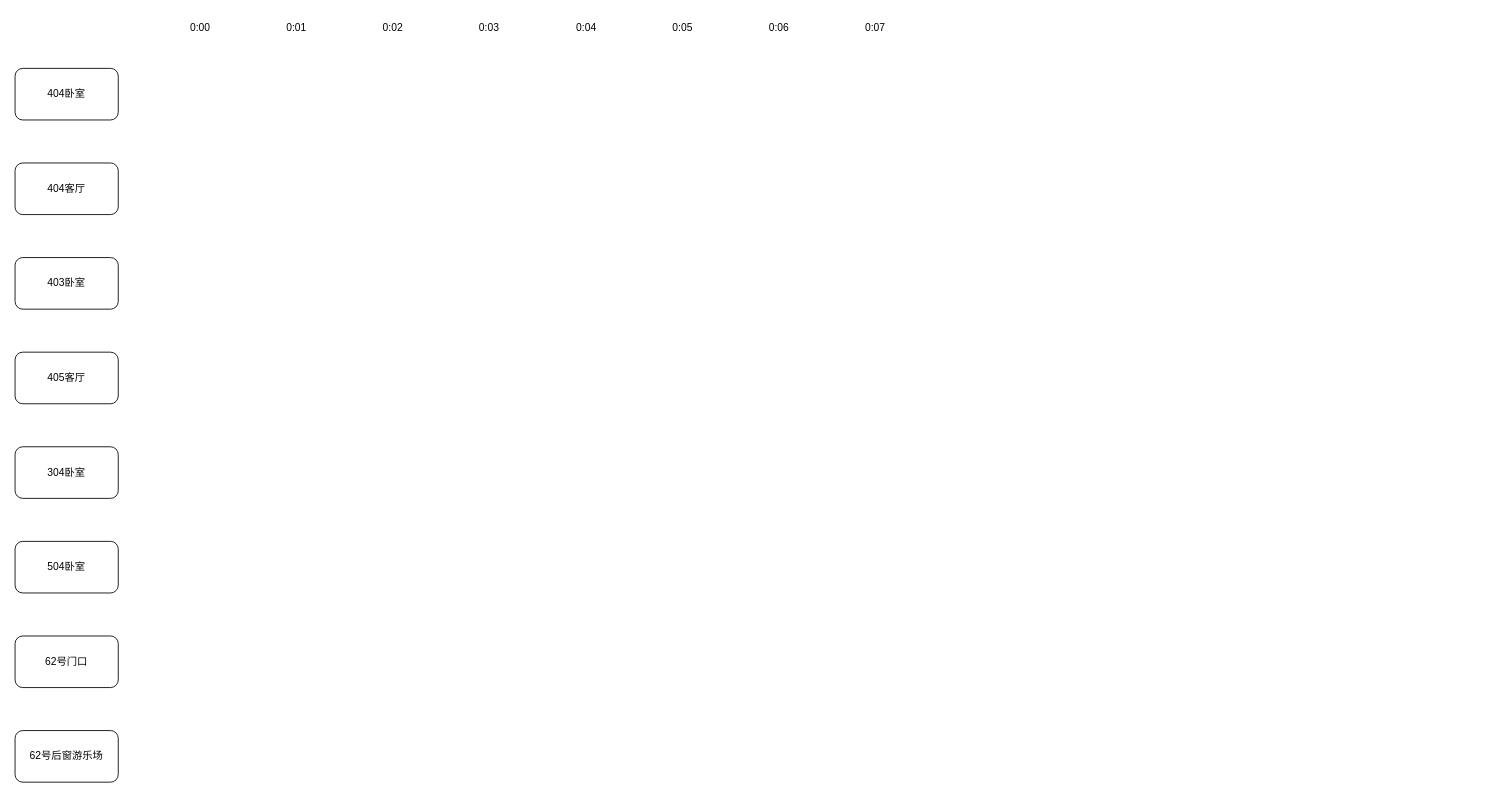
Before: drawio/BabyWorkFlow.drawio in guyuyw/casablancan, a draw.io diagram. Source tidied: cells renumbered, new cells numbered last; positions are measured from the earlier drawing's top-left corner, leaving out a move shared by most shapes. Both pictures are drawn from the tidied source at 86%, with x=0, y=0 at pixel (15, 15).
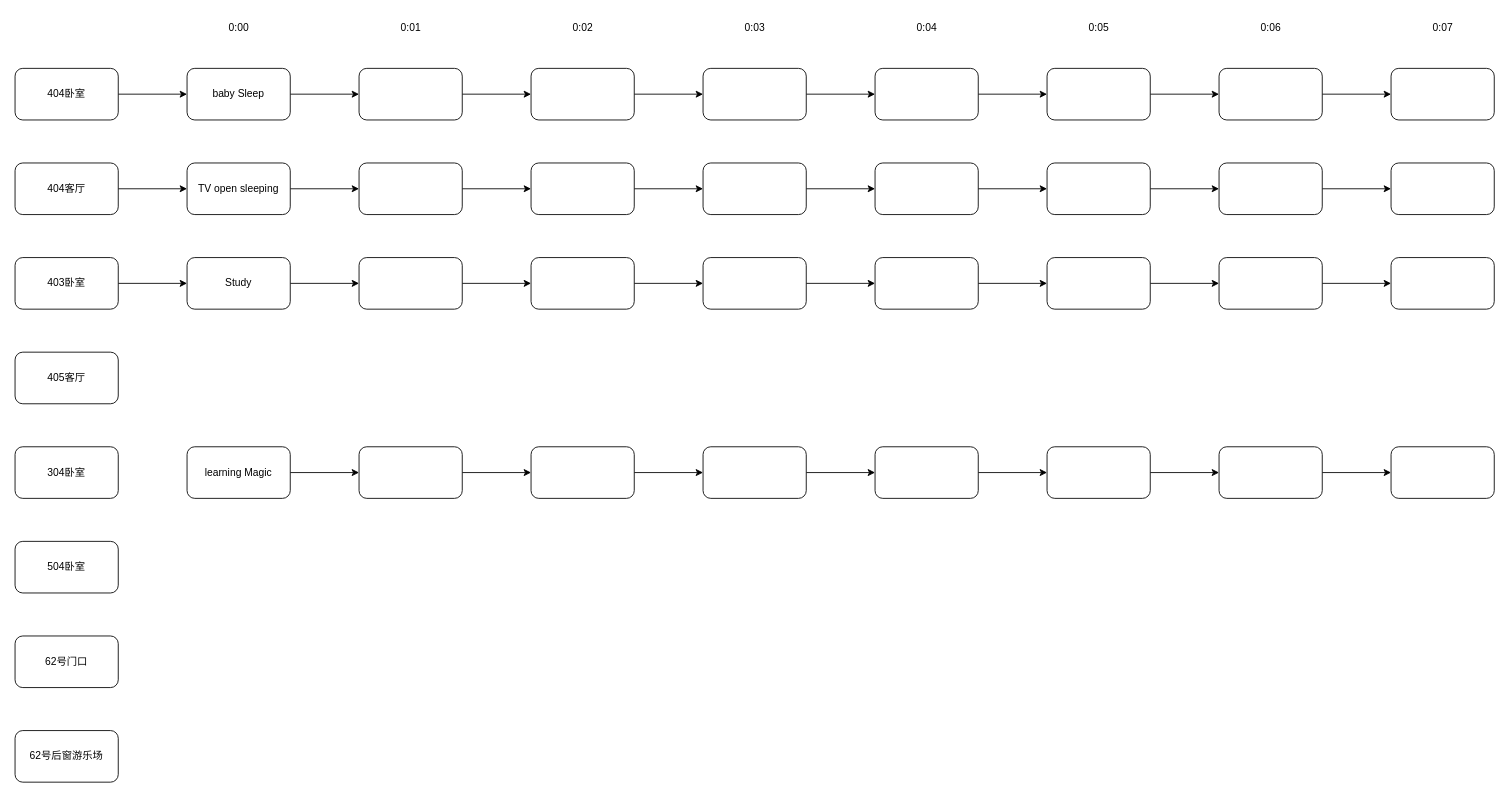
After the change.

The change refers to these unchanged cells:
```xml
<mxCell id="2" value="404卧室" style="rounded=1;whiteSpace=wrap;html=1;" parent="1" vertex="1">
  <mxGeometry y="62" width="120" height="60" as="geometry" />
</mxCell>
<mxCell id="5" value="403卧室" style="rounded=1;whiteSpace=wrap;html=1;" parent="1" vertex="1">
  <mxGeometry y="282" width="120" height="60" as="geometry" />
</mxCell>
<mxCell id="6" value="404客厅" style="rounded=1;whiteSpace=wrap;html=1;" parent="1" vertex="1">
  <mxGeometry y="172" width="120" height="60" as="geometry" />
</mxCell>
```

Diff of the diagram source:
```diff
@@
+    <mxCell id="18" style="edgeStyle=orthogonalEdgeStyle;rounded=0;jettySize=auto;html=1;" parent="1" edge="1" source="2" target="22">
+      <mxGeometry relative="1" as="geometry" />
+    </mxCell>
@@
+    <mxCell id="19" style="edgeStyle=orthogonalEdgeStyle;rounded=0;jettySize=auto;html=1;entryX=0;entryY=0.5;entryDx=0;entryDy=0;" parent="1" edge="1" source="5" target="52">
+      <mxGeometry relative="1" as="geometry" />
+    </mxCell>
@@
+    <mxCell id="20" style="edgeStyle=orthogonalEdgeStyle;rounded=0;jettySize=auto;html=1;entryX=0;entryY=0.5;entryDx=0;entryDy=0;" parent="1" edge="1" source="6" target="37">
+      <mxGeometry relative="1" as="geometry" />
+    </mxCell>
@@
     <mxCell id="10" value="0:00" style="text;html=1;align=center;verticalAlign=middle;strokeColor=none;fillColor=none;" parent="1" vertex="1">
-      <mxGeometry x="190" width="50" height="30" as="geometry" />
+      <mxGeometry x="235" width="50" height="30" as="geometry" />
     </mxCell>
     <mxCell id="11" value="0:01" style="text;html=1;align=center;verticalAlign=middle;strokeColor=none;fillColor=none;" parent="1" vertex="1">
-      <mxGeometry x="302" width="50" height="30" as="geometry" />
+      <mxGeometry x="435" width="50" height="30" as="geometry" />
     </mxCell>
     <mxCell id="12" value="0:02" style="text;html=1;align=center;verticalAlign=middle;strokeColor=none;fillColor=none;" parent="1" vertex="1">
-      <mxGeometry x="414" width="50" height="30" as="geometry" />
+      <mxGeometry x="635" width="50" height="30" as="geometry" />
     </mxCell>
     <mxCell id="13" value="0:03" style="text;html=1;align=center;verticalAlign=middle;strokeColor=none;fillColor=none;" parent="1" vertex="1">
-      <mxGeometry x="526" width="50" height="30" as="geometry" />
+      <mxGeometry x="835" width="50" height="30" as="geometry" />
     </mxCell>
     <mxCell id="14" value="0:04" style="text;html=1;align=center;verticalAlign=middle;strokeColor=none;fillColor=none;" parent="1" vertex="1">
-      <mxGeometry x="639" width="50" height="30" as="geometry" />
+      <mxGeometry x="1035" width="50" height="30" as="geometry" />
     </mxCell>
     <mxCell id="15" value="0:05" style="text;html=1;align=center;verticalAlign=middle;strokeColor=none;fillColor=none;" parent="1" vertex="1">
-      <mxGeometry x="751" width="50" height="30" as="geometry" />
+      <mxGeometry x="1235" width="50" height="30" as="geometry" />
     </mxCell>
     <mxCell id="16" value="0:06" style="text;html=1;align=center;verticalAlign=middle;strokeColor=none;fillColor=none;" parent="1" vertex="1">
-      <mxGeometry x="863" width="50" height="30" as="geometry" />
+      <mxGeometry x="1435" width="50" height="30" as="geometry" />
     </mxCell>
     <mxCell id="17" value="0:07" style="text;html=1;align=center;verticalAlign=middle;strokeColor=none;fillColor=none;" parent="1" vertex="1">
-      <mxGeometry x="975" width="50" height="30" as="geometry" />
+      <mxGeometry x="1635" width="50" height="30" as="geometry" />
     </mxCell>
+    <mxCell id="21" style="edgeStyle=orthogonalEdgeStyle;rounded=0;jettySize=auto;html=1;" parent="1" edge="1" source="22" target="24">
+      <mxGeometry relative="1" as="geometry" />
+    </mxCell>
+    <mxCell id="22" value="baby Sleep" style="whiteSpace=wrap;html=1;rounded=1;" parent="1" vertex="1">
+      <mxGeometry x="200" y="62" width="120" height="60" as="geometry" />
+    </mxCell>
+    <mxCell id="23" style="edgeStyle=orthogonalEdgeStyle;rounded=0;jettySize=auto;html=1;" parent="1" edge="1" source="24" target="26">
+      <mxGeometry relative="1" as="geometry" />
+    </mxCell>
+    <mxCell id="24" style="html=1;rounded=1;whiteSpace=wrap;" parent="1" vertex="1">
+      <mxGeometry x="400" y="62" width="120" height="60" as="geometry" />
+    </mxCell>
+    <mxCell id="25" style="edgeStyle=orthogonalEdgeStyle;rounded=0;jettySize=auto;html=1;" parent="1" edge="1" source="26" target="28">
+      <mxGeometry relative="1" as="geometry" />
+    </mxCell>
+    <mxCell id="26" style="whiteSpace=wrap;html=1;rounded=1;" parent="1" vertex="1">
+      <mxGeometry x="600" y="62" width="120" height="60" as="geometry" />
+    </mxCell>
+    <mxCell id="27" style="edgeStyle=orthogonalEdgeStyle;rounded=0;jettySize=auto;html=1;" parent="1" edge="1" source="28" target="30">
+      <mxGeometry relative="1" as="geometry" />
+    </mxCell>
+    <mxCell id="28" style="whiteSpace=wrap;html=1;rounded=1;" parent="1" vertex="1">
+      <mxGeometry x="800" y="62" width="120" height="60" as="geometry" />
+    </mxCell>
+    <mxCell id="29" style="edgeStyle=orthogonalEdgeStyle;rounded=0;jettySize=auto;html=1;" parent="1" edge="1" source="30" target="32">
+      <mxGeometry relative="1" as="geometry" />
+    </mxCell>
+    <mxCell id="30" style="whiteSpace=wrap;html=1;rounded=1;" parent="1" vertex="1">
+      <mxGeometry x="1000" y="62" width="120" height="60" as="geometry" />
+    </mxCell>
+    <mxCell id="31" style="edgeStyle=orthogonalEdgeStyle;rounded=0;jettySize=auto;html=1;" parent="1" edge="1" source="32" target="34">
+      <mxGeometry relative="1" as="geometry" />
+    </mxCell>
+    <mxCell id="32" style="whiteSpace=wrap;html=1;rounded=1;" parent="1" vertex="1">
+      <mxGeometry x="1200" y="62" width="120" height="60" as="geometry" />
+    </mxCell>
+    <mxCell id="33" style="edgeStyle=orthogonalEdgeStyle;rounded=0;jettySize=auto;html=1;" parent="1" edge="1" source="34" target="35">
+      <mxGeometry relative="1" as="geometry" />
+    </mxCell>
+    <mxCell id="34" style="whiteSpace=wrap;html=1;rounded=1;" parent="1" vertex="1">
+      <mxGeometry x="1400" y="62" width="120" height="60" as="geometry" />
+    </mxCell>
+    <mxCell id="35" style="whiteSpace=wrap;html=1;rounded=1;" parent="1" vertex="1">
+      <mxGeometry x="1600" y="62" width="120" height="60" as="geometry" />
+    </mxCell>
+    <mxCell id="36" style="edgeStyle=orthogonalEdgeStyle;rounded=0;jettySize=auto;html=1;" parent="1" edge="1" source="37" target="39">
+      <mxGeometry relative="1" as="geometry" />
+    </mxCell>
+    <mxCell id="37" value="TV open sleeping" style="whiteSpace=wrap;html=1;rounded=1;" parent="1" vertex="1">
+      <mxGeometry x="200" y="172" width="120" height="60" as="geometry" />
+    </mxCell>
+    <mxCell id="38" style="edgeStyle=orthogonalEdgeStyle;rounded=0;jettySize=auto;html=1;" parent="1" edge="1" source="39" target="41">
+      <mxGeometry relative="1" as="geometry" />
+    </mxCell>
+    <mxCell id="39" style="whiteSpace=wrap;html=1;rounded=1;" parent="1" vertex="1">
+      <mxGeometry x="400" y="172" width="120" height="60" as="geometry" />
+    </mxCell>
+    <mxCell id="40" style="edgeStyle=orthogonalEdgeStyle;rounded=0;jettySize=auto;html=1;" parent="1" edge="1" source="41" target="43">
+      <mxGeometry relative="1" as="geometry" />
+    </mxCell>
+    <mxCell id="41" style="whiteSpace=wrap;html=1;rounded=1;" parent="1" vertex="1">
+      <mxGeometry x="600" y="172" width="120" height="60" as="geometry" />
+    </mxCell>
+    <mxCell id="42" style="edgeStyle=orthogonalEdgeStyle;rounded=0;jettySize=auto;html=1;" parent="1" edge="1" source="43" target="45">
+      <mxGeometry relative="1" as="geometry" />
+    </mxCell>
+    <mxCell id="43" style="whiteSpace=wrap;html=1;rounded=1;" parent="1" vertex="1">
+      <mxGeometry x="800" y="172" width="120" height="60" as="geometry" />
+    </mxCell>
+    <mxCell id="44" style="edgeStyle=orthogonalEdgeStyle;rounded=0;jettySize=auto;html=1;" parent="1" edge="1" source="45" target="47">
+      <mxGeometry relative="1" as="geometry" />
+    </mxCell>
+    <mxCell id="45" style="whiteSpace=wrap;html=1;rounded=1;" parent="1" vertex="1">
+      <mxGeometry x="1000" y="172" width="120" height="60" as="geometry" />
+    </mxCell>
+    <mxCell id="46" style="edgeStyle=orthogonalEdgeStyle;rounded=0;jettySize=auto;html=1;" parent="1" edge="1" source="47" target="49">
+      <mxGeometry relative="1" as="geometry" />
+    </mxCell>
+    <mxCell id="47" style="whiteSpace=wrap;html=1;rounded=1;" parent="1" vertex="1">
+      <mxGeometry x="1200" y="172" width="120" height="60" as="geometry" />
+    </mxCell>
+    <mxCell id="48" style="edgeStyle=orthogonalEdgeStyle;rounded=0;jettySize=auto;html=1;" parent="1" edge="1" source="49" target="50">
+      <mxGeometry relative="1" as="geometry" />
+    </mxCell>
+    <mxCell id="49" style="whiteSpace=wrap;html=1;rounded=1;" parent="1" vertex="1">
+      <mxGeometry x="1400" y="172" width="120" height="60" as="geometry" />
+    </mxCell>
+    <mxCell id="50" style="whiteSpace=wrap;html=1;rounded=1;" parent="1" vertex="1">
+      <mxGeometry x="1600" y="172" width="120" height="60" as="geometry" />
+    </mxCell>
+    <mxCell id="51" style="edgeStyle=orthogonalEdgeStyle;rounded=0;jettySize=auto;html=1;" parent="1" edge="1" source="52" target="54">
+      <mxGeometry relative="1" as="geometry" />
+    </mxCell>
+    <mxCell id="52" value="Study" style="whiteSpace=wrap;html=1;rounded=1;" parent="1" vertex="1">
+      <mxGeometry x="200" y="282" width="120" height="60" as="geometry" />
+    </mxCell>
+    <mxCell id="53" style="edgeStyle=orthogonalEdgeStyle;rounded=0;jettySize=auto;html=1;entryX=0;entryY=0.5;entryDx=0;entryDy=0;" parent="1" edge="1" source="54" target="56">
+      <mxGeometry relative="1" as="geometry" />
+    </mxCell>
+    <mxCell id="54" style="whiteSpace=wrap;html=1;rounded=1;" parent="1" vertex="1">
+      <mxGeometry x="400" y="282" width="120" height="60" as="geometry" />
+    </mxCell>
+    <mxCell id="55" style="edgeStyle=orthogonalEdgeStyle;rounded=0;jettySize=auto;html=1;" parent="1" edge="1" source="56" target="58">
+      <mxGeometry relative="1" as="geometry" />
+    </mxCell>
+    <mxCell id="56" style="whiteSpace=wrap;html=1;rounded=1;" parent="1" vertex="1">
+      <mxGeometry x="600" y="282" width="120" height="60" as="geometry" />
+    </mxCell>
+    <mxCell id="57" style="edgeStyle=orthogonalEdgeStyle;rounded=0;jettySize=auto;html=1;" parent="1" edge="1" source="58" target="60">
+      <mxGeometry relative="1" as="geometry" />
+    </mxCell>
+    <mxCell id="58" style="whiteSpace=wrap;html=1;rounded=1;" parent="1" vertex="1">
+      <mxGeometry x="800" y="282" width="120" height="60" as="geometry" />
+    </mxCell>
+    <mxCell id="59" style="edgeStyle=orthogonalEdgeStyle;rounded=0;jettySize=auto;html=1;" parent="1" edge="1" source="60" target="62">
+      <mxGeometry relative="1" as="geometry" />
+    </mxCell>
+    <mxCell id="60" style="whiteSpace=wrap;html=1;rounded=1;" parent="1" vertex="1">
+      <mxGeometry x="1000" y="282" width="120" height="60" as="geometry" />
+    </mxCell>
+    <mxCell id="61" style="edgeStyle=orthogonalEdgeStyle;rounded=0;jettySize=auto;html=1;" parent="1" edge="1" source="62" target="64">
+      <mxGeometry relative="1" as="geometry" />
+    </mxCell>
+    <mxCell id="62" style="whiteSpace=wrap;html=1;rounded=1;" parent="1" vertex="1">
+      <mxGeometry x="1200" y="282" width="120" height="60" as="geometry" />
+    </mxCell>
+    <mxCell id="63" style="edgeStyle=orthogonalEdgeStyle;rounded=0;jettySize=auto;html=1;" parent="1" edge="1" source="64" target="65">
+      <mxGeometry relative="1" as="geometry" />
+    </mxCell>
+    <mxCell id="64" style="whiteSpace=wrap;html=1;rounded=1;" parent="1" vertex="1">
+      <mxGeometry x="1400" y="282" width="120" height="60" as="geometry" />
+    </mxCell>
+    <mxCell id="65" style="whiteSpace=wrap;html=1;rounded=1;" parent="1" vertex="1">
+      <mxGeometry x="1600" y="282" width="120" height="60" as="geometry" />
+    </mxCell>
+    <mxCell id="66" style="edgeStyle=orthogonalEdgeStyle;rounded=0;jettySize=auto;html=1;" parent="1" edge="1" source="67" target="69">
+      <mxGeometry relative="1" as="geometry" />
+    </mxCell>
+    <mxCell id="67" value="learning Magic" style="whiteSpace=wrap;html=1;rounded=1;" parent="1" vertex="1">
+      <mxGeometry x="200" y="502" width="120" height="60" as="geometry" />
+    </mxCell>
+    <mxCell id="68" style="edgeStyle=orthogonalEdgeStyle;rounded=0;jettySize=auto;html=1;entryX=0;entryY=0.5;entryDx=0;entryDy=0;" parent="1" edge="1" source="69" target="71">
+      <mxGeometry relative="1" as="geometry" />
+    </mxCell>
+    <mxCell id="69" style="whiteSpace=wrap;html=1;rounded=1;" parent="1" vertex="1">
+      <mxGeometry x="400" y="502" width="120" height="60" as="geometry" />
+    </mxCell>
+    <mxCell id="70" style="edgeStyle=orthogonalEdgeStyle;rounded=0;jettySize=auto;html=1;" parent="1" edge="1" source="71" target="73">
+      <mxGeometry relative="1" as="geometry" />
+    </mxCell>
+    <mxCell id="71" style="whiteSpace=wrap;html=1;rounded=1;" parent="1" vertex="1">
+      <mxGeometry x="600" y="502" width="120" height="60" as="geometry" />
+    </mxCell>
+    <mxCell id="72" style="edgeStyle=orthogonalEdgeStyle;rounded=0;jettySize=auto;html=1;" parent="1" edge="1" source="73" target="75">
+      <mxGeometry relative="1" as="geometry" />
+    </mxCell>
+    <mxCell id="73" style="whiteSpace=wrap;html=1;rounded=1;" parent="1" vertex="1">
+      <mxGeometry x="800" y="502" width="120" height="60" as="geometry" />
+    </mxCell>
+    <mxCell id="74" style="edgeStyle=orthogonalEdgeStyle;rounded=0;jettySize=auto;html=1;" parent="1" edge="1" source="75" target="77">
+      <mxGeometry relative="1" as="geometry" />
+    </mxCell>
+    <mxCell id="75" style="whiteSpace=wrap;html=1;rounded=1;" parent="1" vertex="1">
+      <mxGeometry x="1000" y="502" width="120" height="60" as="geometry" />
+    </mxCell>
+    <mxCell id="76" style="edgeStyle=orthogonalEdgeStyle;rounded=0;jettySize=auto;html=1;" parent="1" edge="1" source="77" target="79">
+      <mxGeometry relative="1" as="geometry" />
+    </mxCell>
+    <mxCell id="77" style="whiteSpace=wrap;html=1;rounded=1;" parent="1" vertex="1">
+      <mxGeometry x="1200" y="502" width="120" height="60" as="geometry" />
+    </mxCell>
+    <mxCell id="78" style="edgeStyle=orthogonalEdgeStyle;rounded=0;jettySize=auto;html=1;" parent="1" edge="1" source="79" target="80">
+      <mxGeometry relative="1" as="geometry" />
+    </mxCell>
+    <mxCell id="79" style="whiteSpace=wrap;html=1;rounded=1;" parent="1" vertex="1">
+      <mxGeometry x="1400" y="502" width="120" height="60" as="geometry" />
+    </mxCell>
+    <mxCell id="80" style="whiteSpace=wrap;html=1;rounded=1;" parent="1" vertex="1">
+      <mxGeometry x="1600" y="502" width="120" height="60" as="geometry" />
+    </mxCell>
```
